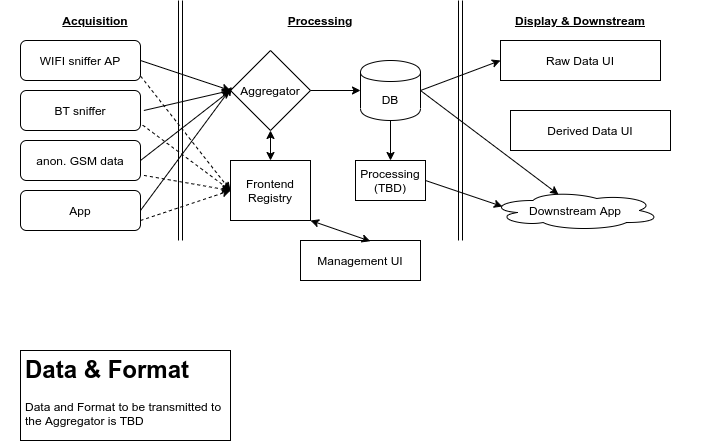
Above: tech overview.png in WVV-0012-72/StayOrGo.design (draw.io), before the change. Source tidied: cells renumbered, new cells last; positions are measured from the earlier drawing's top-left corner, leaving out a move shared by most shapes. Its diagram source:
```xml
<mxGraphModel>
  <root>
    <mxCell id="0" />
    <mxCell id="1" parent="0" />
    <mxCell id="2" value="&lt;b&gt;&lt;u&gt;Processing&lt;/u&gt;&lt;/b&gt;" style="text;html=1;strokeColor=none;fillColor=none;align=center;verticalAlign=middle;whiteSpace=wrap;rounded=0;" parent="1" vertex="1">
      <mxGeometry x="180" y="10" width="280" height="20" as="geometry" />
    </mxCell>
    <mxCell id="3" value="WIFI sniffer AP" style="rounded=1;whiteSpace=wrap;html=1;" parent="1" vertex="1">
      <mxGeometry x="20" y="40" width="120" height="40" as="geometry" />
    </mxCell>
    <mxCell id="4" value="BT sniffer" style="rounded=1;whiteSpace=wrap;html=1;" parent="1" vertex="1">
      <mxGeometry x="20" y="90" width="120" height="40" as="geometry" />
    </mxCell>
    <mxCell id="5" value="anon. GSM data" style="rounded=1;whiteSpace=wrap;html=1;" parent="1" vertex="1">
      <mxGeometry x="20" y="140" width="120" height="40" as="geometry" />
    </mxCell>
    <mxCell id="6" value="App" style="rounded=1;whiteSpace=wrap;html=1;" parent="1" vertex="1">
      <mxGeometry x="20" y="190" width="120" height="40" as="geometry" />
    </mxCell>
    <mxCell id="7" style="shape=link;html=1;" parent="1" edge="1">
      <mxGeometry relative="1" as="geometry">
        <mxPoint x="180" y="240" as="sourcePoint" />
        <mxPoint x="180" as="targetPoint" />
      </mxGeometry>
    </mxCell>
    <mxCell id="8" value="&lt;b&gt;&lt;u&gt;Acquisition&lt;/u&gt;&lt;/b&gt;" style="text;html=1;strokeColor=none;fillColor=none;align=center;verticalAlign=middle;whiteSpace=wrap;rounded=0;" parent="1" vertex="1">
      <mxGeometry y="10" width="190" height="20" as="geometry" />
    </mxCell>
    <mxCell id="9" value="Aggregator" style="rhombus;whiteSpace=wrap;html=1;" parent="1" vertex="1">
      <mxGeometry x="230" y="50" width="80" height="80" as="geometry" />
    </mxCell>
    <mxCell id="10" style="endArrow=classic;html=1;exitX=1;exitY=0.5;exitDx=0;exitDy=0;entryX=0;entryY=0.5;entryDx=0;entryDy=0;" parent="1" edge="1" source="5" target="9">
      <mxGeometry relative="1" as="geometry" />
    </mxCell>
    <mxCell id="11" style="endArrow=classic;html=1;exitX=1;exitY=0.5;exitDx=0;exitDy=0;entryX=0.018;entryY=0.455;entryDx=0;entryDy=0;entryPerimeter=0;" parent="1" edge="1" source="6" target="9">
      <mxGeometry relative="1" as="geometry" />
    </mxCell>
    <mxCell id="12" style="endArrow=classic;html=1;exitX=1.028;exitY=0.5;exitDx=0;exitDy=0;exitPerimeter=0;entryX=0;entryY=0.5;entryDx=0;entryDy=0;" parent="1" edge="1" source="4" target="9">
      <mxGeometry relative="1" as="geometry" />
    </mxCell>
    <mxCell id="13" style="endArrow=classic;html=1;exitX=1;exitY=0.5;exitDx=0;exitDy=0;entryX=0;entryY=0.5;entryDx=0;entryDy=0;" parent="1" edge="1" source="3" target="9">
      <mxGeometry relative="1" as="geometry" />
    </mxCell>
    <mxCell id="14" value="DB" style="shape=cylinder;whiteSpace=wrap;html=1;boundedLbl=1;backgroundOutline=1;" parent="1" vertex="1">
      <mxGeometry x="360" y="60" width="60" height="60" as="geometry" />
    </mxCell>
    <mxCell id="15" style="endArrow=classic;html=1;entryX=0;entryY=0.5;entryDx=0;entryDy=0;exitX=1;exitY=0.5;exitDx=0;exitDy=0;" parent="1" edge="1" source="9" target="14">
      <mxGeometry relative="1" as="geometry" />
    </mxCell>
    <mxCell id="16" style="shape=link;html=1;" parent="1" edge="1">
      <mxGeometry relative="1" as="geometry">
        <mxPoint x="460" y="240" as="sourcePoint" />
        <mxPoint x="460" as="targetPoint" />
      </mxGeometry>
    </mxCell>
    <mxCell id="17" style="endArrow=classic;html=1;entryX=0.5;entryY=0;entryDx=0;entryDy=0;" parent="1" edge="1" target="19">
      <mxGeometry relative="1" as="geometry">
        <mxPoint x="390" y="120" as="sourcePoint" />
      </mxGeometry>
    </mxCell>
    <mxCell id="18" value="Management UI" style="rounded=0;whiteSpace=wrap;html=1;" parent="1" vertex="1">
      <mxGeometry x="300" y="240" width="120" height="40" as="geometry" />
    </mxCell>
    <mxCell id="19" value="Processing (TBD)" style="rounded=0;whiteSpace=wrap;html=1;" parent="1" vertex="1">
      <mxGeometry x="355" y="160" width="70" height="40" as="geometry" />
    </mxCell>
    <mxCell id="20" value="Raw Data UI" style="rounded=0;whiteSpace=wrap;html=1;" parent="1" vertex="1">
      <mxGeometry x="500" y="40" width="160" height="40" as="geometry" />
    </mxCell>
    <mxCell id="21" style="endArrow=classic;html=1;entryX=0;entryY=0.5;entryDx=0;entryDy=0;" parent="1" edge="1" target="20">
      <mxGeometry relative="1" as="geometry">
        <mxPoint x="420" y="90" as="sourcePoint" />
      </mxGeometry>
    </mxCell>
    <mxCell id="22" value="Downstream App" style="ellipse;shape=cloud;whiteSpace=wrap;html=1;" parent="1" vertex="1">
      <mxGeometry x="490" y="190" width="170" height="40" as="geometry" />
    </mxCell>
    <mxCell id="23" style="endArrow=classic;html=1;exitX=1;exitY=0.5;exitDx=0;exitDy=0;entryX=0.4;entryY=0.1;entryDx=0;entryDy=0;entryPerimeter=0;" parent="1" edge="1" source="14" target="22">
      <mxGeometry relative="1" as="geometry" />
    </mxCell>
    <mxCell id="24" style="endArrow=classic;html=1;entryX=0.07;entryY=0.4;entryDx=0;entryDy=0;entryPerimeter=0;exitX=1;exitY=0.5;exitDx=0;exitDy=0;" parent="1" edge="1" source="19" target="22">
      <mxGeometry relative="1" as="geometry" />
    </mxCell>
    <mxCell id="25" value="&lt;b&gt;&lt;u&gt;Display &amp;amp; Downstream&lt;/u&gt;&lt;/b&gt;" style="text;html=1;strokeColor=none;fillColor=none;align=center;verticalAlign=middle;whiteSpace=wrap;rounded=0;" parent="1" vertex="1">
      <mxGeometry x="460" y="10" width="240" height="20" as="geometry" />
    </mxCell>
    <mxCell id="26" value="&lt;h1&gt;Data &amp;amp; Format&lt;/h1&gt;&lt;p&gt;Data and Format to be transmitted to the Aggregator is TBD&lt;/p&gt;" style="text;html=1;strokeColor=#000000;fillColor=#ffffff;spacing=5;spacingTop=-20;whiteSpace=wrap;overflow=hidden;rounded=0;" parent="1" vertex="1">
      <mxGeometry x="20" y="350" width="210" height="90" as="geometry" />
    </mxCell>
    <mxCell id="27" value="Frontend Registry" style="rounded=0;whiteSpace=wrap;html=1;strokeColor=#000000;fillColor=#ffffff;" parent="1" vertex="1">
      <mxGeometry x="230" y="160" width="80" height="60" as="geometry" />
    </mxCell>
    <mxCell id="28" style="endArrow=classic;html=1;dashed=1;exitX=1.001;exitY=0.891;exitDx=0;exitDy=0;exitPerimeter=0;entryX=0;entryY=0.5;entryDx=0;entryDy=0;" parent="1" edge="1" source="3" target="27">
      <mxGeometry relative="1" as="geometry" />
    </mxCell>
    <mxCell id="29" style="endArrow=classic;html=1;dashed=1;exitX=1.018;exitY=0.865;exitDx=0;exitDy=0;exitPerimeter=0;entryX=0;entryY=0.5;entryDx=0;entryDy=0;" parent="1" edge="1" source="4" target="27">
      <mxGeometry relative="1" as="geometry" />
    </mxCell>
    <mxCell id="30" style="endArrow=classic;html=1;dashed=1;exitX=1.029;exitY=0.873;exitDx=0;exitDy=0;exitPerimeter=0;entryX=0;entryY=0.5;entryDx=0;entryDy=0;" parent="1" edge="1" source="5" target="27">
      <mxGeometry relative="1" as="geometry" />
    </mxCell>
    <mxCell id="31" style="endArrow=classic;html=1;dashed=1;exitX=1;exitY=0.75;exitDx=0;exitDy=0;entryX=0;entryY=0.5;entryDx=0;entryDy=0;" parent="1" edge="1" source="6" target="27">
      <mxGeometry relative="1" as="geometry" />
    </mxCell>
    <mxCell id="32" value="Derived Data UI" style="rounded=0;whiteSpace=wrap;html=1;" parent="1" vertex="1">
      <mxGeometry x="510" y="110" width="160" height="40" as="geometry" />
    </mxCell>
    <mxCell id="33" style="endArrow=classic;startArrow=classic;html=1;exitX=1;exitY=1;exitDx=0;exitDy=0;entryX=0.582;entryY=0.018;entryDx=0;entryDy=0;entryPerimeter=0;" parent="1" edge="1" source="27" target="18">
      <mxGeometry relative="1" as="geometry" />
    </mxCell>
    <mxCell id="34" style="endArrow=classic;startArrow=classic;html=1;exitX=0.5;exitY=1;exitDx=0;exitDy=0;entryX=0.5;entryY=0;entryDx=0;entryDy=0;" parent="1" edge="1" source="9" target="27">
      <mxGeometry relative="1" as="geometry" />
    </mxCell>
  </root>
</mxGraphModel>
```
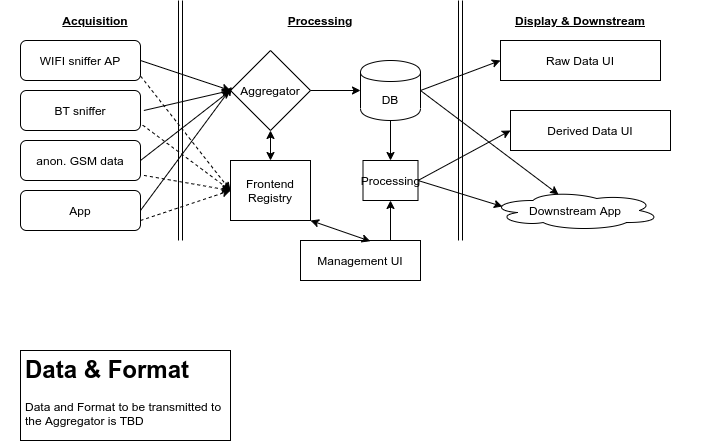
After the commit.

What changed in the source:
```diff
@@ -61,8 +61,8 @@
     <mxCell id="18" value="Management UI" style="rounded=0;whiteSpace=wrap;html=1;" parent="1" vertex="1">
       <mxGeometry x="300" y="240" width="120" height="40" as="geometry" />
     </mxCell>
-    <mxCell id="19" value="Processing (TBD)" style="rounded=0;whiteSpace=wrap;html=1;" parent="1" vertex="1">
-      <mxGeometry x="355" y="160" width="70" height="40" as="geometry" />
+    <mxCell id="19" value="Processing" style="rounded=0;whiteSpace=wrap;html=1;" parent="1" vertex="1">
+      <mxGeometry x="362.5" y="160" width="55" height="40" as="geometry" />
     </mxCell>
     <mxCell id="20" value="Raw Data UI" style="rounded=0;whiteSpace=wrap;html=1;" parent="1" vertex="1">
       <mxGeometry x="500" y="40" width="160" height="40" as="geometry" />
@@ -111,5 +111,11 @@
     <mxCell id="34" style="endArrow=classic;startArrow=classic;html=1;exitX=0.5;exitY=1;exitDx=0;exitDy=0;entryX=0.5;entryY=0;entryDx=0;entryDy=0;" parent="1" edge="1" source="9" target="27">
       <mxGeometry relative="1" as="geometry" />
     </mxCell>
+    <mxCell id="35" style="endArrow=classic;html=1;entryX=0;entryY=0.5;entryDx=0;entryDy=0;exitX=1;exitY=0.5;exitDx=0;exitDy=0;" parent="1" edge="1" source="19" target="32">
+      <mxGeometry relative="1" as="geometry" />
+    </mxCell>
+    <mxCell id="36" style="endArrow=classic;html=1;exitX=0.75;exitY=0;exitDx=0;exitDy=0;entryX=0.5;entryY=1;entryDx=0;entryDy=0;" parent="1" edge="1" source="18" target="19">
+      <mxGeometry relative="1" as="geometry" />
+    </mxCell>
   </root>
 </mxGraphModel>
```
